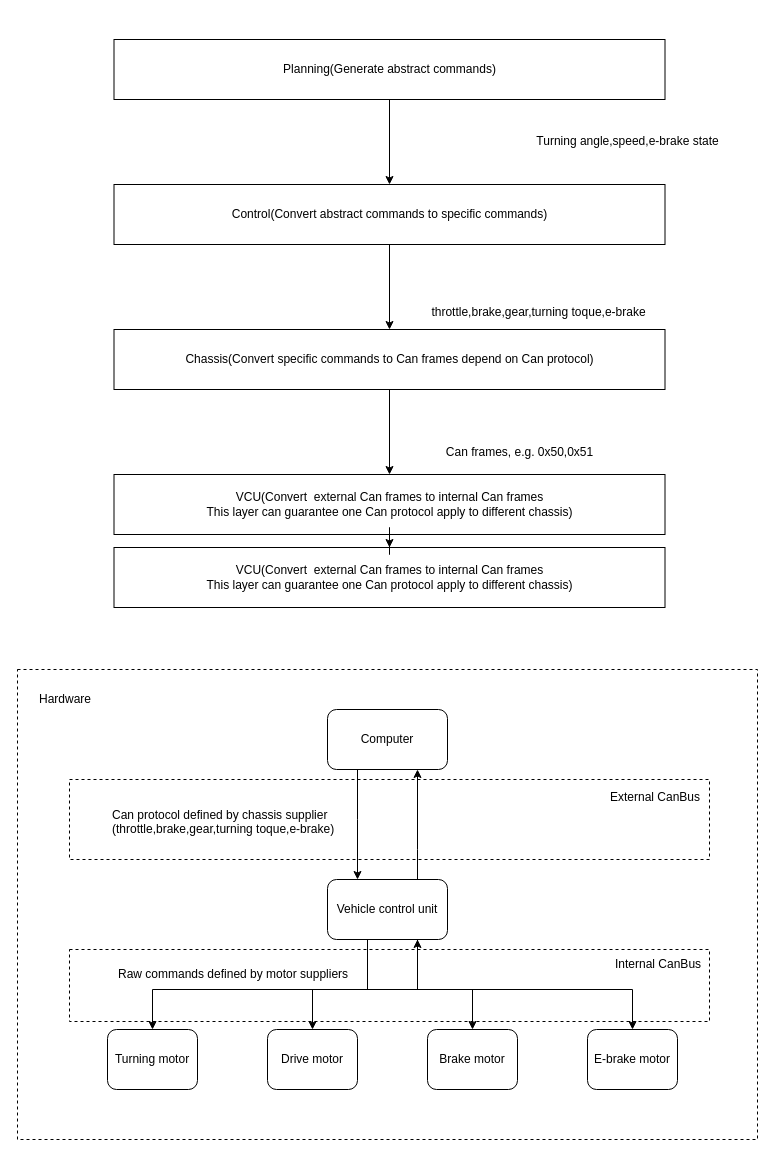
This is chassis/chassis_control_structure.drawio from mMikaa00/For_draw_io, a draw.io file, before an edit. Source tidied: cells renumbered, new cells numbered last; positions are measured from the earlier drawing's top-left corner, leaving out a move shared by most shapes. Both pictures are drawn from the tidied source at 100%, with x=0, y=0 at pixel (17, 39).
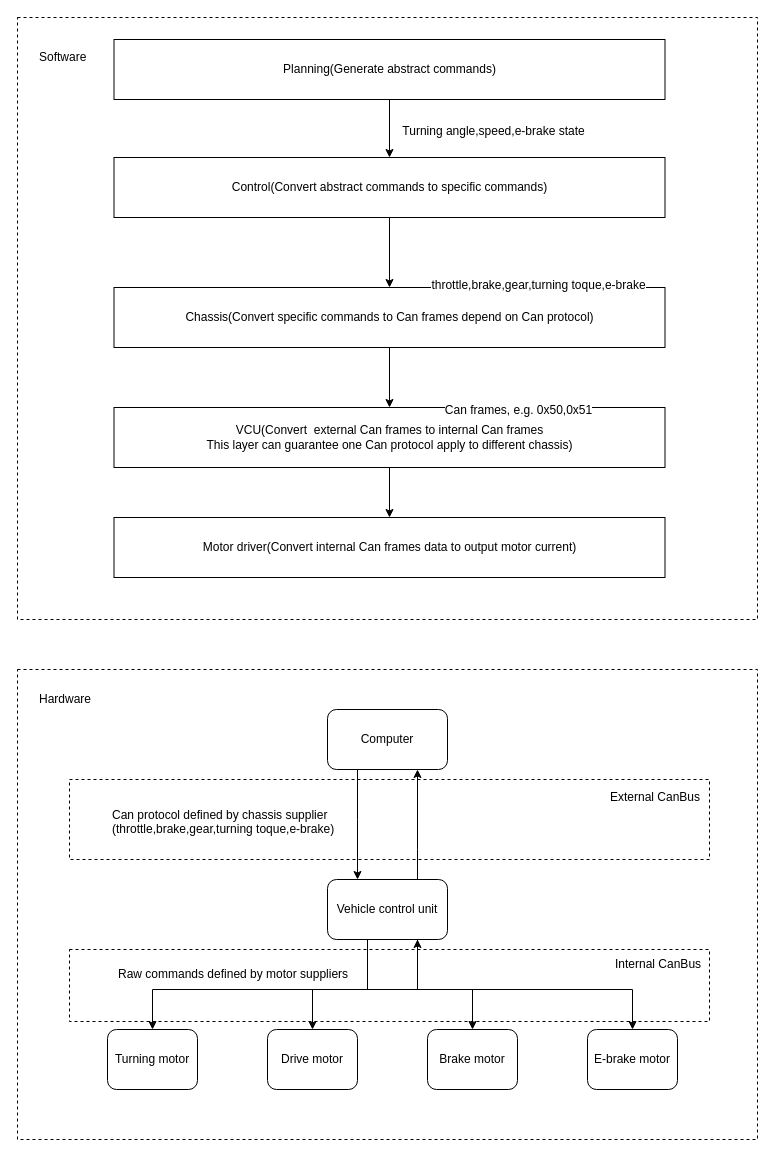
Above is the later version.

Unchanged cells that the change refers to:
```xml
<mxCell id="22" style="edgeStyle=orthogonalEdgeStyle;rounded=0;jettySize=auto;html=1;startArrow=none;startFill=0;endArrow=classic;endFill=1;" parent="1" edge="1" source="24" target="26">
  <mxGeometry relative="1" as="geometry" />
</mxCell>
```

Diff of the diagram source:
```diff
@@
     <mxCell id="23" value="Turning angle,speed,e-brake state" style="text;html=1;align=center;verticalAlign=middle;labelBackgroundColor=#ffffff;" parent="22" vertex="1">
-      <mxGeometry x="-0.25" y="135" relative="1" as="geometry">
+      <mxGeometry x="-0.25" y="1" relative="1" as="geometry">
         <mxPoint x="102" y="9" as="offset" />
       </mxGeometry>
     </mxCell>
-    <mxCell id="24" value="Planning(Generate abstract commands)" style="rounded=0;whiteSpace=wrap;html=1;fillColor=none;flipV=0;flipH=1;" parent="1" vertex="1">
+    <mxCell id="24" value="Planning(Generate abstract commands)" style="rounded=0;whiteSpace=wrap;html=1;fillColor=none;flipV=0;" parent="1" vertex="1">
       <mxGeometry x="96.5" width="551" height="60" as="geometry" />
     </mxCell>
@@
-    <mxCell id="26" value="Control(Convert abstract commands to specific commands)" style="rounded=0;whiteSpace=wrap;html=1;fillColor=none;flipV=0;flipH=1;" parent="1" vertex="1">
-      <mxGeometry x="96.5" y="145" width="551" height="60" as="geometry" />
+    <mxCell id="26" value="Control(Convert abstract commands to specific commands)" style="rounded=0;whiteSpace=wrap;html=1;fillColor=none;flipV=0;" parent="1" vertex="1">
+      <mxGeometry x="96.5" y="118" width="551" height="60" as="geometry" />
     </mxCell>
@@
-    <mxCell id="28" value="Chassis(Convert specific commands to Can frames depend on Can protocol)" style="rounded=0;whiteSpace=wrap;html=1;fillColor=none;flipV=0;flipH=1;" parent="1" vertex="1">
-      <mxGeometry x="96.5" y="290" width="551" height="60" as="geometry" />
+    <mxCell id="28" value="Chassis(Convert specific commands to Can frames depend on Can protocol)" style="rounded=0;whiteSpace=wrap;html=1;fillColor=none;flipV=0;" parent="1" vertex="1">
+      <mxGeometry x="96.5" y="248" width="551" height="60" as="geometry" />
     </mxCell>
@@
-    <mxCell id="30" value="&lt;div&gt;VCU(Convert&amp;nbsp; external Can frames to internal Can frames&lt;/div&gt;&lt;div&gt;This layer can guarantee one Can protocol apply to different chassis)&lt;/div&gt;" style="rounded=0;whiteSpace=wrap;html=1;fillColor=none;flipV=0;flipH=1;" parent="1" vertex="1">
-      <mxGeometry x="96.5" y="435" width="551" height="60" as="geometry" />
+    <mxCell id="30" value="&lt;div&gt;VCU(Convert&amp;nbsp; external Can frames to internal Can frames&lt;/div&gt;&lt;div&gt;This layer can guarantee one Can protocol apply to different chassis)&lt;/div&gt;" style="rounded=0;whiteSpace=wrap;html=1;fillColor=none;flipV=0;" parent="1" vertex="1">
+      <mxGeometry x="96.5" y="368" width="551" height="60" as="geometry" />
     </mxCell>
-    <mxCell id="31" value="&lt;div&gt;VCU(Convert&amp;nbsp; external Can frames to internal Can frames&lt;/div&gt;&lt;div&gt;This layer can guarantee one Can protocol apply to different chassis)&lt;/div&gt;" style="rounded=0;whiteSpace=wrap;html=1;fillColor=none;flipV=0;flipH=1;" parent="1" vertex="1">
-      <mxGeometry x="96.5" y="508" width="551" height="60" as="geometry" />
+    <mxCell id="31" value="&lt;div&gt;Motor driver(Convert internal Can frames data to output motor current)&lt;/div&gt;" style="rounded=0;whiteSpace=wrap;html=1;fillColor=none;flipV=0;" parent="1" vertex="1">
+      <mxGeometry x="96.5" y="478" width="551" height="60" as="geometry" />
     </mxCell>
     <mxCell id="32" value="throttle,brake,gear,turning toque,e-brake" style="text;html=1;align=center;verticalAlign=middle;labelBackgroundColor=#ffffff;" parent="1" vertex="1">
-      <mxGeometry x="-0.25" y="280" relative="1" as="geometry">
-        <mxPoint x="520" y="272" as="offset" />
+      <mxGeometry x="-0.25" y="1" relative="1" as="geometry">
+        <mxPoint x="520" y="245" as="offset" />
       </mxGeometry>
     </mxCell>
     <mxCell id="33" value="Can frames, e.g. 0x50,0x51" style="text;html=1;align=center;verticalAlign=middle;labelBackgroundColor=#ffffff;" parent="1" vertex="1">
-      <mxGeometry x="-0.25" y="425" relative="1" as="geometry">
-        <mxPoint x="501" y="412" as="offset" />
+      <mxGeometry x="-0.25" y="1" relative="1" as="geometry">
+        <mxPoint x="500" y="370" as="offset" />
       </mxGeometry>
     </mxCell>
+    <mxCell id="34" style="rounded=0;whiteSpace=wrap;html=1;dashed=1;fillColor=none;" parent="1" vertex="1">
+      <mxGeometry y="-22" width="740" height="602" as="geometry" />
+    </mxCell>
+    <mxCell id="35" value="Software" style="text;html=1;align=left;verticalAlign=top;spacingTop=-4;" parent="1" vertex="1">
+      <mxGeometry x="20" y="8" width="60" height="20" as="geometry" />
+    </mxCell>
```
